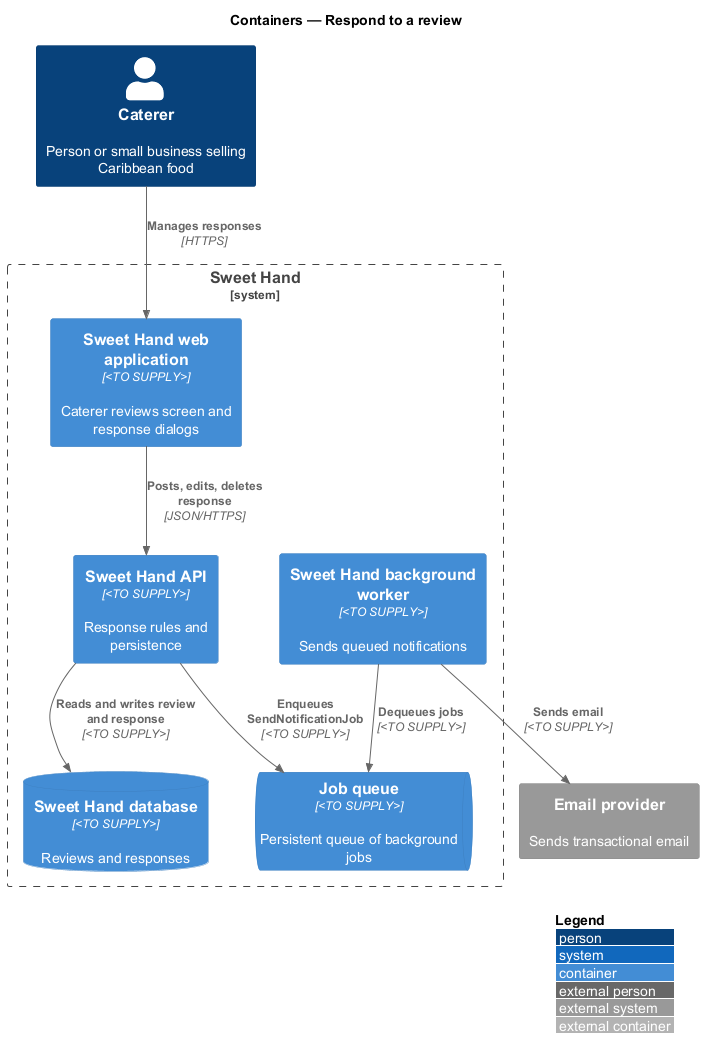
Earlier version of the PlantUML export docs/detailed-designs/reviews/respond-to-review/diagrams/c4-container.png (QuinntyneBrown/sweet-hand).
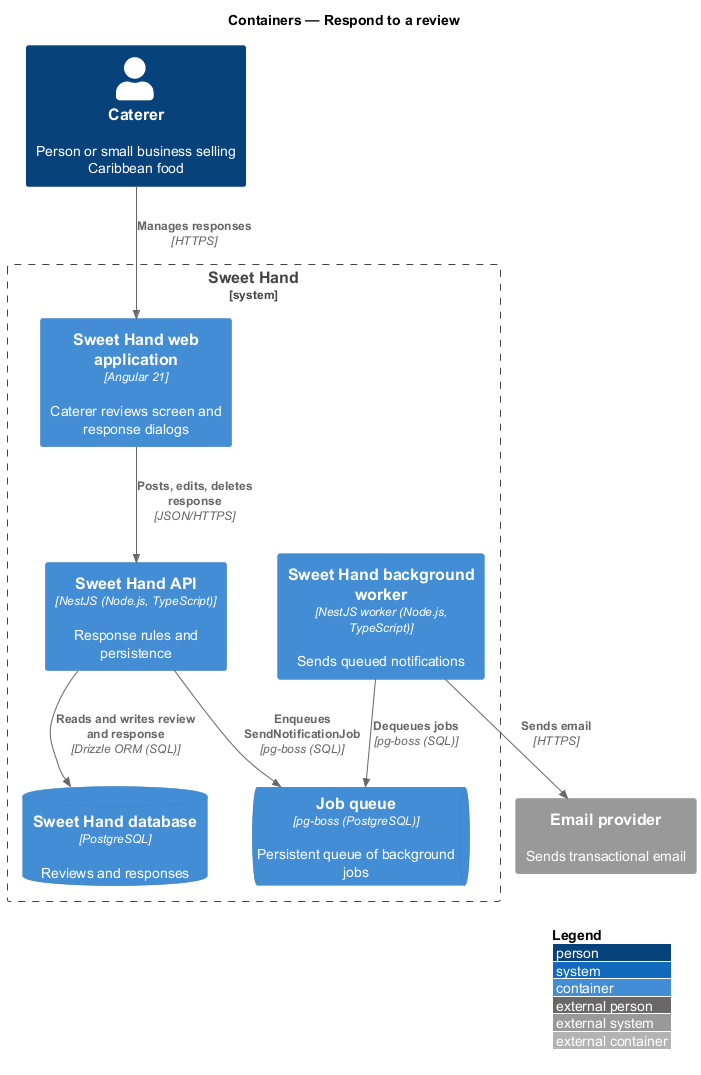
The same file after the commit.

The edit, as a diff of the source:
```diff
@@ -6,16 +6,16 @@
 Person(caterer, "Caterer", "Person or small business selling Caribbean food")
 System_Ext(email, "Email provider", "Sends transactional email")
 System_Boundary(sweethand, "Sweet Hand") {
-  Container(web, "Sweet Hand web application", "<TO SUPPLY>", "Caterer reviews screen and response dialogs")
-  Container(api, "Sweet Hand API", "<TO SUPPLY>", "Response rules and persistence")
-  ContainerDb(db, "Sweet Hand database", "<TO SUPPLY>", "Reviews and responses")
-  ContainerQueue(queue, "Job queue", "<TO SUPPLY>", "Persistent queue of background jobs")
-  Container(worker, "Sweet Hand background worker", "<TO SUPPLY>", "Sends queued notifications")
+  Container(web, "Sweet Hand web application", "Angular 21", "Caterer reviews screen and response dialogs")
+  Container(api, "Sweet Hand API", "NestJS (Node.js, TypeScript)", "Response rules and persistence")
+  ContainerDb(db, "Sweet Hand database", "PostgreSQL", "Reviews and responses")
+  ContainerQueue(queue, "Job queue", "pg-boss (PostgreSQL)", "Persistent queue of background jobs")
+  Container(worker, "Sweet Hand background worker", "NestJS worker (Node.js, TypeScript)", "Sends queued notifications")
 }
 Rel(caterer, web, "Manages responses", "HTTPS")
 Rel(web, api, "Posts, edits, deletes response", "JSON/HTTPS")
-Rel(api, db, "Reads and writes review and response", "<TO SUPPLY>")
-Rel(api, queue, "Enqueues SendNotificationJob", "<TO SUPPLY>")
-Rel(worker, queue, "Dequeues jobs", "<TO SUPPLY>")
-Rel(worker, email, "Sends email", "<TO SUPPLY>")
+Rel(api, db, "Reads and writes review and response", "Drizzle ORM (SQL)")
+Rel(api, queue, "Enqueues SendNotificationJob", "pg-boss (SQL)")
+Rel(worker, queue, "Dequeues jobs", "pg-boss (SQL)")
+Rel(worker, email, "Sends email", "HTTPS")
 @enduml
```
